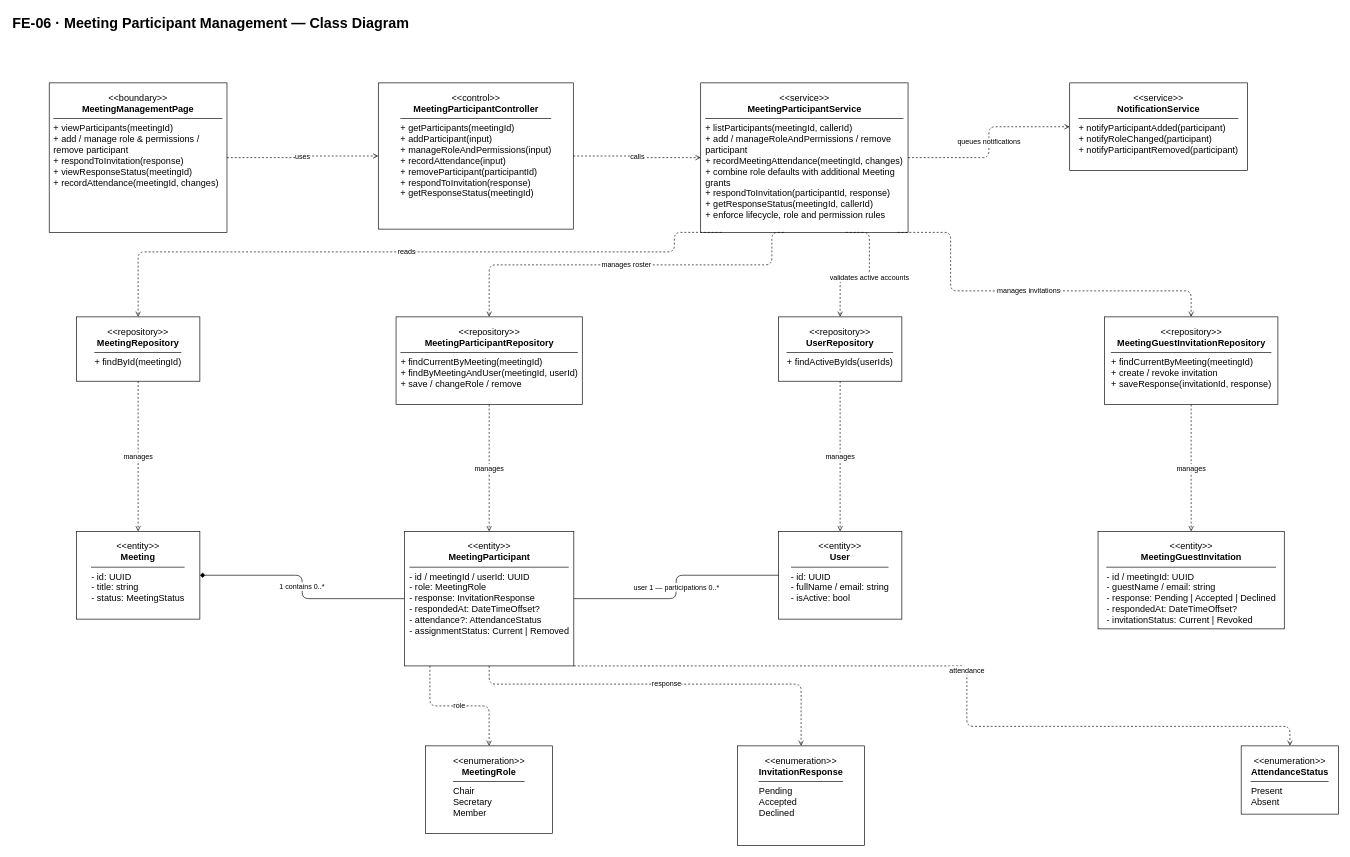
callmehai/FU-FA26-G116 keeps this draw.io diagram as docs/07-classdiagram/feature-06-meeting-participant-management-class-diagram.drawio. Above is the earlier version. Source tidied: cells renumbered, new cells numbered last; positions are measured from the earlier drawing's top-left corner, leaving out a move shared by most shapes. Both pictures are drawn from the tidied source at 65%, with x=0, y=0 at pixel (11, 11).
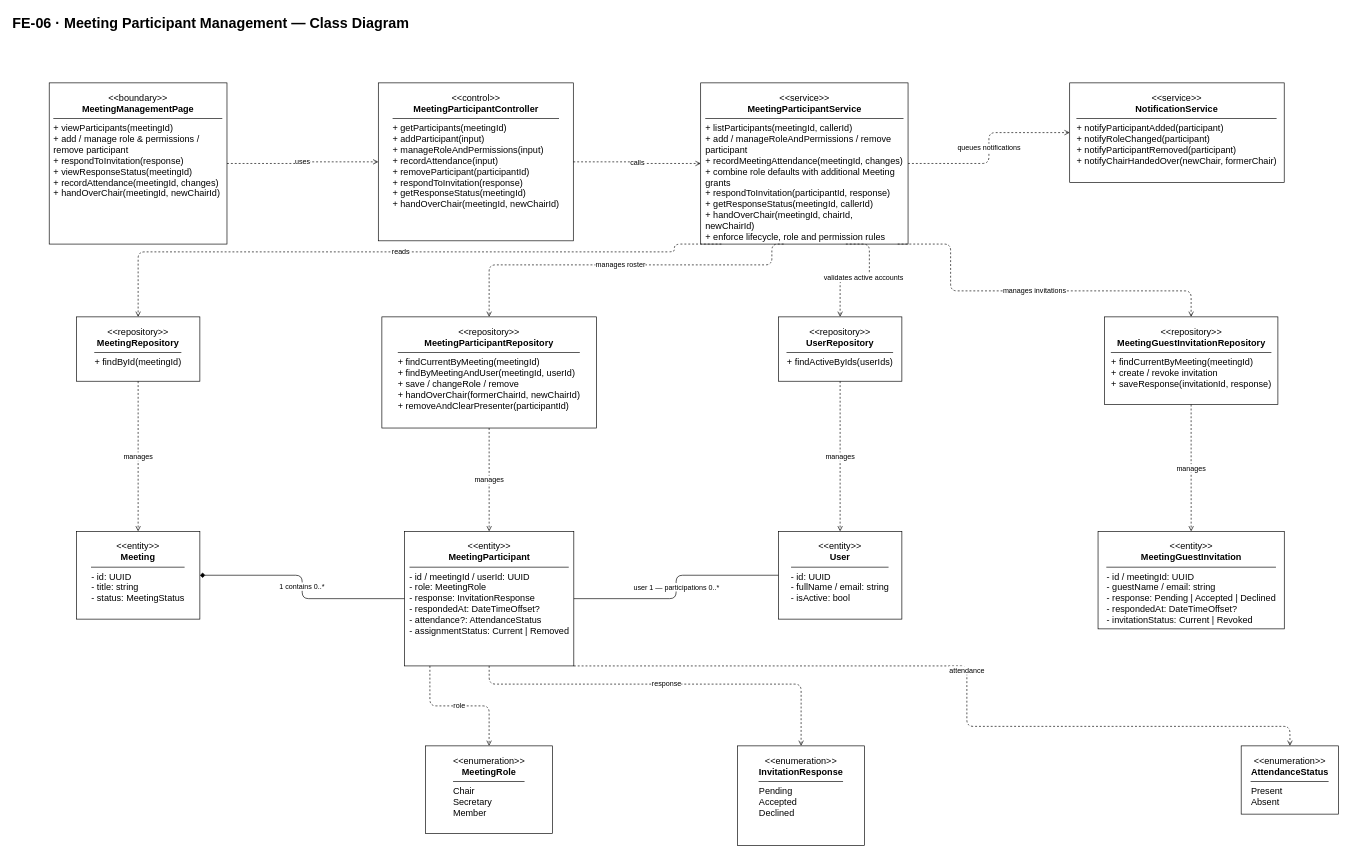
The same diagram, later.

Diff of the diagram source:
```diff
@@
-    <mxCell id="3" value="&lt;div style=&quot;text-align:center&quot;&gt;&amp;lt;&amp;lt;boundary&amp;gt;&amp;gt;&lt;br&gt;&lt;b&gt;MeetingManagementPage&lt;/b&gt;&lt;/div&gt;&lt;hr style=&quot;width:100%;height:0;border:0;border-top:1px solid #000000;margin:6px 0;&quot;&gt;&lt;div style=&quot;text-align:left&quot;&gt;+ viewParticipants(meetingId)&lt;br&gt;+ add / manage role &amp; permissions / remove participant&lt;br&gt;+ respondToInvitation(response)&lt;br&gt;+ viewResponseStatus(meetingId)&lt;br&gt;+ recordAttendance(meetingId, changes)&lt;/div&gt;" style="rounded=0;whiteSpace=wrap;html=1;fillColor=#ffffff;strokeColor=#000000;align=center;verticalAlign=top;spacingTop=8;spacingLeft=6;spacingRight=6;fontSize=14;" parent="1" vertex="1">
-      <mxGeometry x="58.2" y="110" width="273.5" height="230" as="geometry" />
+    <mxCell id="3" value="&lt;div style=&quot;text-align:center&quot;&gt;&amp;lt;&amp;lt;boundary&amp;gt;&amp;gt;&lt;br&gt;&lt;b&gt;MeetingManagementPage&lt;/b&gt;&lt;/div&gt;&lt;hr style=&quot;width:100%;height:0;border:0;border-top:1px solid #000000;margin:6px 0;&quot;&gt;&lt;div style=&quot;text-align:left&quot;&gt;+ viewParticipants(meetingId)&lt;br&gt;+ add / manage role &amp; permissions / remove participant&lt;br&gt;+ respondToInvitation(response)&lt;br&gt;+ viewResponseStatus(meetingId)&lt;br&gt;+ recordAttendance(meetingId, changes)&lt;br&gt;+ handOverChair(meetingId, newChairId)&lt;/div&gt;" style="rounded=0;whiteSpace=wrap;html=1;fillColor=#ffffff;strokeColor=#000000;align=center;verticalAlign=top;spacingTop=8;spacingLeft=6;spacingRight=6;fontSize=14;" parent="1" vertex="1">
+      <mxGeometry x="58.2" y="110" width="273.5" height="248" as="geometry" />
     </mxCell>
-    <mxCell id="4" value="&lt;div style=&quot;text-align:center&quot;&gt;&amp;lt;&amp;lt;control&amp;gt;&amp;gt;&lt;br&gt;&lt;b&gt;MeetingParticipantController&lt;/b&gt;&lt;/div&gt;&lt;hr style=&quot;width:100%;height:0;border:0;border-top:1px solid #000000;margin:6px 0;&quot;&gt;&lt;div style=&quot;text-align:left&quot;&gt;+ getParticipants(meetingId)&lt;br&gt;+ addParticipant(input)&lt;br&gt;+ manageRoleAndPermissions(input)&lt;br&gt;+ recordAttendance(input)&lt;br&gt;+ removeParticipant(participantId)&lt;br&gt;+ respondToInvitation(response)&lt;br&gt;+ getResponseStatus(meetingId)&lt;/div&gt;" style="rounded=0;whiteSpace=wrap;html=1;fillColor=#ffffff;strokeColor=#000000;align=center;verticalAlign=top;spacingTop=8;spacingLeft=6;spacingRight=6;fontSize=14;" parent="1" vertex="1">
-      <mxGeometry x="564.5" y="110" width="300" height="225" as="geometry" />
+    <mxCell id="4" value="&lt;div style=&quot;text-align:center&quot;&gt;&amp;lt;&amp;lt;control&amp;gt;&amp;gt;&lt;br&gt;&lt;b&gt;MeetingParticipantController&lt;/b&gt;&lt;/div&gt;&lt;hr style=&quot;width:100%;height:0;border:0;border-top:1px solid #000000;margin:6px 0;&quot;&gt;&lt;div style=&quot;text-align:left&quot;&gt;+ getParticipants(meetingId)&lt;br&gt;+ addParticipant(input)&lt;br&gt;+ manageRoleAndPermissions(input)&lt;br&gt;+ recordAttendance(input)&lt;br&gt;+ removeParticipant(participantId)&lt;br&gt;+ respondToInvitation(response)&lt;br&gt;+ getResponseStatus(meetingId)&lt;br&gt;+ handOverChair(meetingId, newChairId)&lt;/div&gt;" style="rounded=0;whiteSpace=wrap;html=1;fillColor=#ffffff;strokeColor=#000000;align=center;verticalAlign=top;spacingTop=8;spacingLeft=6;spacingRight=6;fontSize=14;" parent="1" vertex="1">
+      <mxGeometry x="564.5" y="110" width="300" height="243" as="geometry" />
     </mxCell>
-    <mxCell id="5" value="&lt;div style=&quot;text-align:center&quot;&gt;&amp;lt;&amp;lt;service&amp;gt;&amp;gt;&lt;br&gt;&lt;b&gt;MeetingParticipantService&lt;/b&gt;&lt;/div&gt;&lt;hr style=&quot;width:100%;height:0;border:0;border-top:1px solid #000000;margin:6px 0;&quot;&gt;&lt;div style=&quot;text-align:left&quot;&gt;+ listParticipants(meetingId, callerId)&lt;br&gt;+ add / manageRoleAndPermissions / remove participant&lt;br&gt;+ recordMeetingAttendance(meetingId, changes)&lt;br&gt;+ combine role defaults with additional Meeting grants&lt;br&gt;+ respondToInvitation(participantId, response)&lt;br&gt;+ getResponseStatus(meetingId, callerId)&lt;br&gt;+ enforce lifecycle, role and permission rules&lt;/div&gt;" style="rounded=0;whiteSpace=wrap;html=1;fillColor=#ffffff;strokeColor=#000000;align=center;verticalAlign=top;spacingTop=8;spacingLeft=6;spacingRight=6;fontSize=14;" parent="1" vertex="1">
-      <mxGeometry x="1060.5" y="110" width="319" height="230" as="geometry" />
+    <mxCell id="5" value="&lt;div style=&quot;text-align:center&quot;&gt;&amp;lt;&amp;lt;service&amp;gt;&amp;gt;&lt;br&gt;&lt;b&gt;MeetingParticipantService&lt;/b&gt;&lt;/div&gt;&lt;hr style=&quot;width:100%;height:0;border:0;border-top:1px solid #000000;margin:6px 0;&quot;&gt;&lt;div style=&quot;text-align:left&quot;&gt;+ listParticipants(meetingId, callerId)&lt;br&gt;+ add / manageRoleAndPermissions / remove participant&lt;br&gt;+ recordMeetingAttendance(meetingId, changes)&lt;br&gt;+ combine role defaults with additional Meeting grants&lt;br&gt;+ respondToInvitation(participantId, response)&lt;br&gt;+ getResponseStatus(meetingId, callerId)&lt;br&gt;+ handOverChair(meetingId, chairId, newChairId)&lt;br&gt;+ enforce lifecycle, role and permission rules&lt;/div&gt;" style="rounded=0;whiteSpace=wrap;html=1;fillColor=#ffffff;strokeColor=#000000;align=center;verticalAlign=top;spacingTop=8;spacingLeft=6;spacingRight=6;fontSize=14;" parent="1" vertex="1">
+      <mxGeometry x="1060.5" y="110" width="319" height="248" as="geometry" />
     </mxCell>
-    <mxCell id="6" value="&lt;div style=&quot;text-align:center&quot;&gt;&amp;lt;&amp;lt;service&amp;gt;&amp;gt;&lt;br&gt;&lt;b&gt;NotificationService&lt;/b&gt;&lt;/div&gt;&lt;hr style=&quot;width:100%;height:0;border:0;border-top:1px solid #000000;margin:6px 0;&quot;&gt;&lt;div style=&quot;text-align:left&quot;&gt;+ notifyParticipantAdded(participant)&lt;br&gt;+ notifyRoleChanged(participant)&lt;br&gt;+ notifyParticipantRemoved(participant)&lt;/div&gt;" style="rounded=0;whiteSpace=wrap;html=1;fillColor=#ffffff;strokeColor=#000000;align=center;verticalAlign=top;spacingTop=8;spacingLeft=6;spacingRight=6;fontSize=14;" parent="1" vertex="1">
-      <mxGeometry x="1628.2" y="110" width="273.5" height="135" as="geometry" />
+    <mxCell id="6" value="&lt;div style=&quot;text-align:center&quot;&gt;&amp;lt;&amp;lt;service&amp;gt;&amp;gt;&lt;br&gt;&lt;b&gt;NotificationService&lt;/b&gt;&lt;/div&gt;&lt;hr style=&quot;width:100%;height:0;border:0;border-top:1px solid #000000;margin:6px 0;&quot;&gt;&lt;div style=&quot;text-align:left&quot;&gt;+ notifyParticipantAdded(participant)&lt;br&gt;+ notifyRoleChanged(participant)&lt;br&gt;+ notifyParticipantRemoved(participant)&lt;br&gt;+ notifyChairHandedOver(newChair, formerChair)&lt;/div&gt;" style="rounded=0;whiteSpace=wrap;html=1;fillColor=#ffffff;strokeColor=#000000;align=center;verticalAlign=top;spacingTop=8;spacingLeft=6;spacingRight=6;fontSize=14;" parent="1" vertex="1">
+      <mxGeometry x="1628.2" y="110" width="330" height="153" as="geometry" />
     </mxCell>
@@
-    <mxCell id="8" value="&lt;div style=&quot;text-align:center&quot;&gt;&amp;lt;&amp;lt;repository&amp;gt;&amp;gt;&lt;br&gt;&lt;b&gt;MeetingParticipantRepository&lt;/b&gt;&lt;/div&gt;&lt;hr style=&quot;width:100%;height:0;border:0;border-top:1px solid #000000;margin:6px 0;&quot;&gt;&lt;div style=&quot;text-align:left&quot;&gt;+ findCurrentByMeeting(meetingId)&lt;br&gt;+ findByMeetingAndUser(meetingId, userId)&lt;br&gt;+ save / changeRole / remove&lt;/div&gt;" style="rounded=0;whiteSpace=wrap;html=1;fillColor=#ffffff;strokeColor=#000000;align=center;verticalAlign=top;spacingTop=8;spacingLeft=6;spacingRight=6;fontSize=14;" parent="1" vertex="1">
-      <mxGeometry x="591.8" y="470" width="286.5" height="135" as="geometry" />
+    <mxCell id="8" value="&lt;div style=&quot;text-align:center&quot;&gt;&amp;lt;&amp;lt;repository&amp;gt;&amp;gt;&lt;br&gt;&lt;b&gt;MeetingParticipantRepository&lt;/b&gt;&lt;/div&gt;&lt;hr style=&quot;width:100%;height:0;border:0;border-top:1px solid #000000;margin:6px 0;&quot;&gt;&lt;div style=&quot;text-align:left&quot;&gt;+ findCurrentByMeeting(meetingId)&lt;br&gt;+ findByMeetingAndUser(meetingId, userId)&lt;br&gt;+ save / changeRole / remove&lt;br&gt;+ handOverChair(formerChairId, newChairId)&lt;br&gt;+ removeAndClearPresenter(participantId)&lt;/div&gt;" style="rounded=0;whiteSpace=wrap;html=1;fillColor=#ffffff;strokeColor=#000000;align=center;verticalAlign=top;spacingTop=8;spacingLeft=6;spacingRight=6;fontSize=14;" parent="1" vertex="1">
+      <mxGeometry x="570" y="470" width="330" height="171" as="geometry" />
     </mxCell>
```
